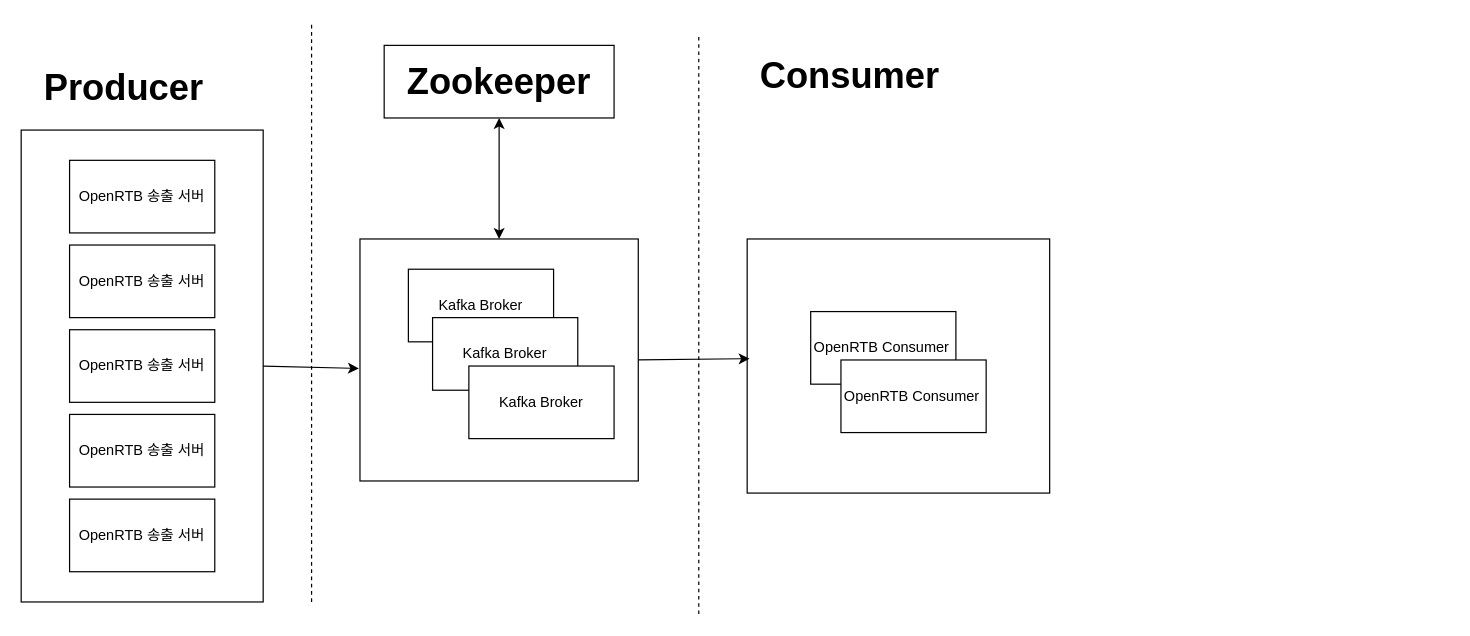
BaekSeungJo/Diagram keeps this draw.io diagram as OpenRTB Consumer.drawio. Above is the earlier version. Source tidied: cells renumbered, new cells numbered last; positions are measured from the earlier drawing's top-left corner, leaving out a move shared by most shapes. Both pictures are drawn from the tidied source at 121%, with x=0, y=0 at pixel (21, 21).
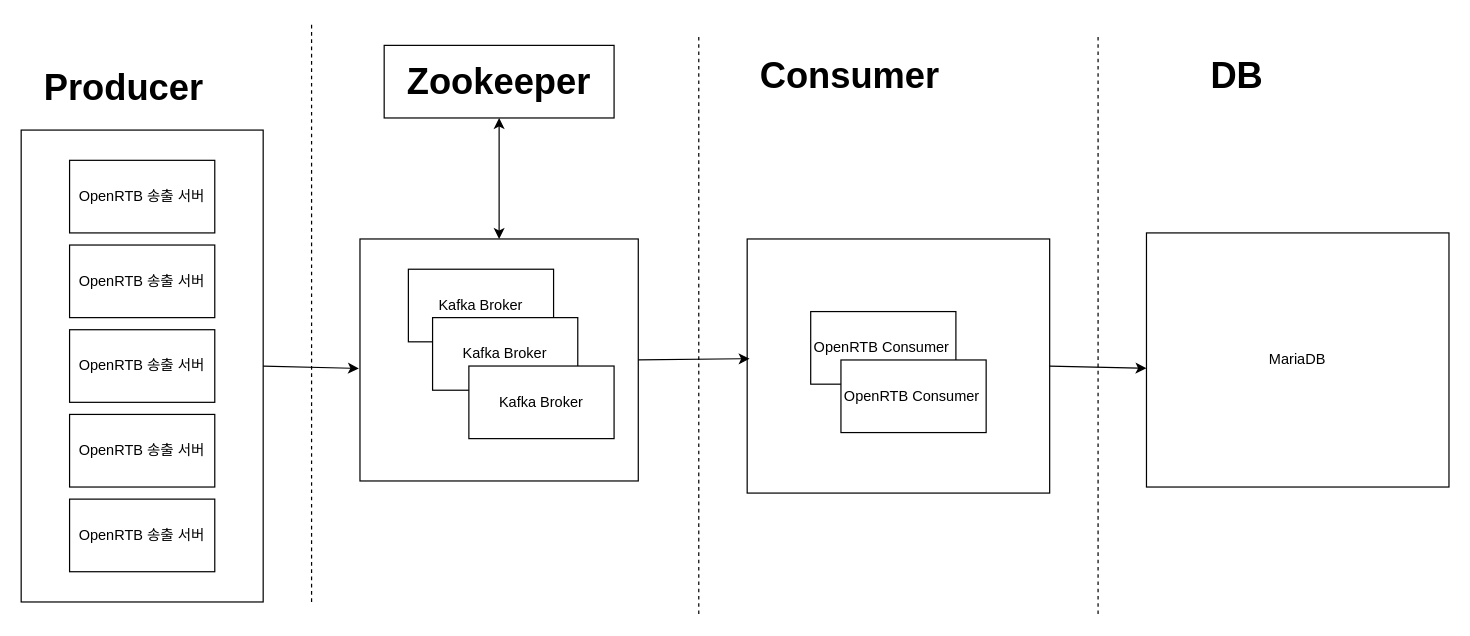
After the change.

The change refers to these unchanged cells:
```xml
<mxCell id="2" style="rounded=0;whiteSpace=wrap;html=1;" parent="1" vertex="1">
  <mxGeometry x="600" y="180" width="250" height="210" as="geometry" />
</mxCell>
```

What changed in the source:
```diff
@@
+    <mxCell id="23" style="endArrow=none;dashed=1;html=1;" parent="1" edge="1">
+      <mxGeometry relative="1" as="geometry">
+        <mxPoint x="890" y="490" as="sourcePoint" />
+        <mxPoint x="890" y="10" as="targetPoint" />
+      </mxGeometry>
+    </mxCell>
+    <mxCell id="24" value="&lt;span style=&quot;font-size: 30px&quot;&gt;&lt;b&gt;DB&lt;/b&gt;&lt;/span&gt;" style="text;html=1;strokeColor=none;fillColor=none;align=center;verticalAlign=middle;whiteSpace=wrap;rounded=0;" parent="1" vertex="1">
+      <mxGeometry x="950" y="20" width="110" height="50" as="geometry" />
+    </mxCell>
+    <mxCell id="25" value="MariaDB" style="rounded=0;whiteSpace=wrap;html=1;" parent="1" vertex="1">
+      <mxGeometry x="930" y="175" width="250" height="210" as="geometry" />
+    </mxCell>
+    <mxCell id="26" style="endArrow=classic;html=1;exitX=1;exitY=0.5;exitDx=0;exitDy=0;entryX=0;entryY=0.533;entryDx=0;entryDy=0;entryPerimeter=0;" parent="1" edge="1" source="2" target="25">
+      <mxGeometry relative="1" as="geometry" />
+    </mxCell>
```
